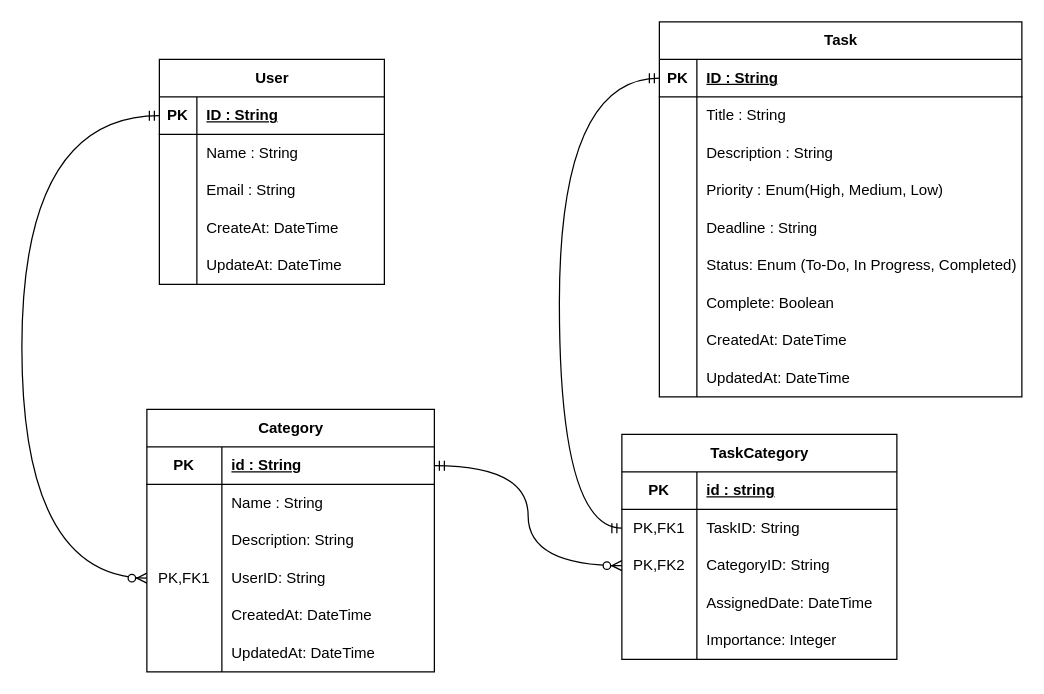
The draw.io diagram databaseDiagram/Untitled Diagram.drawio in parinya-ao/databaseMidtermProject, before the edit. Source tidied: cells renumbered, new cells numbered last; positions are measured from the earlier drawing's top-left corner, leaving out a move shared by most shapes. Both pictures are drawn from the tidied source at 125%, with x=0, y=0 at pixel (21, 21).
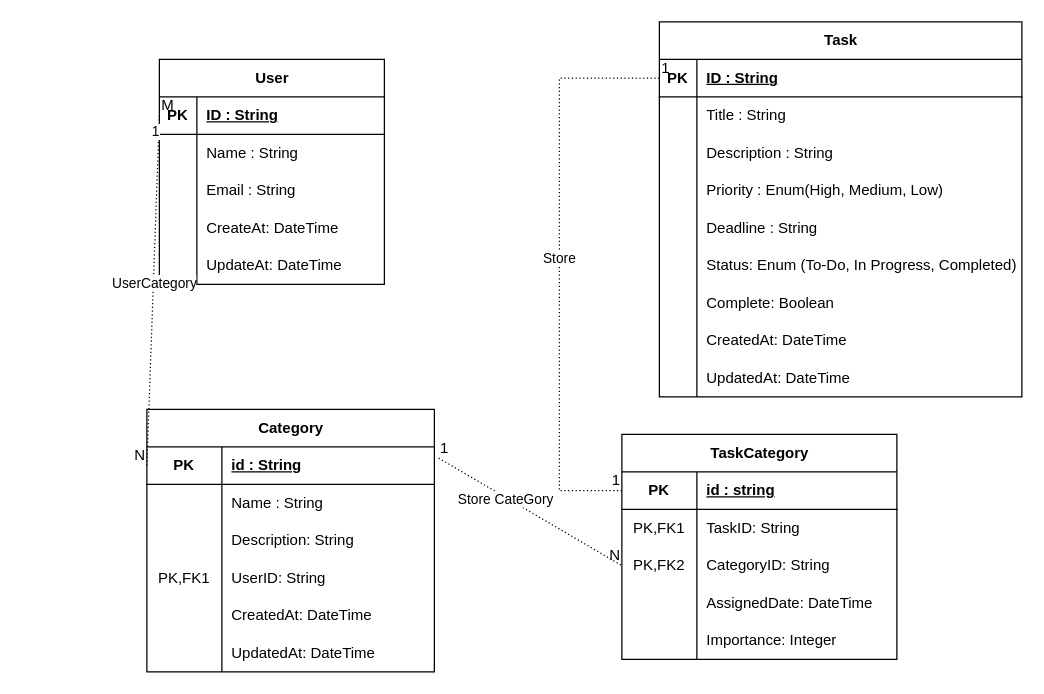
After the change.

The change refers to these unchanged cells:
```xml
<mxCell id="3" style="shape=tableRow;horizontal=0;startSize=0;swimlaneHead=0;swimlaneBody=0;fillColor=none;points=[[0,0.5],[1,0.5]];portConstraint=eastwest;top=0;left=0;right=0;bottom=1;" parent="2" vertex="1">
  <mxGeometry y="30" width="180" height="30" as="geometry" />
</mxCell>
<mxCell id="20" style="shape=tableRow;horizontal=0;startSize=0;swimlaneHead=0;swimlaneBody=0;fillColor=none;points=[[0,0.5],[1,0.5]];portConstraint=eastwest;top=0;left=0;right=0;bottom=1;" parent="19" vertex="1">
  <mxGeometry y="30" width="290" height="30" as="geometry" />
</mxCell>
<mxCell id="48" style="shape=tableRow;horizontal=0;startSize=0;swimlaneHead=0;swimlaneBody=0;fillColor=none;points=[[0,0.5],[1,0.5]];portConstraint=eastwest;top=0;left=0;right=0;bottom=1;" parent="47" vertex="1">
  <mxGeometry y="30" width="230" height="30" as="geometry" />
</mxCell>
<mxCell id="57" style="shape=tableRow;horizontal=0;startSize=0;swimlaneHead=0;swimlaneBody=0;fillColor=none;points=[[0,0.5],[1,0.5]];portConstraint=eastwest;top=0;left=0;right=0;bottom=0;" parent="47" vertex="1">
  <mxGeometry y="120" width="230" height="30" as="geometry" />
</mxCell>
<mxCell id="67" style="shape=tableRow;horizontal=0;startSize=0;swimlaneHead=0;swimlaneBody=0;fillColor=none;points=[[0,0.5],[1,0.5]];portConstraint=eastwest;top=0;left=0;right=0;bottom=1;" parent="66" vertex="1">
  <mxGeometry y="30" width="220" height="30" as="geometry" />
</mxCell>
<mxCell id="70" style="shape=tableRow;horizontal=0;startSize=0;swimlaneHead=0;swimlaneBody=0;fillColor=none;points=[[0,0.5],[1,0.5]];portConstraint=eastwest;top=0;left=0;right=0;bottom=0;" parent="66" vertex="1">
  <mxGeometry y="60" width="220" height="30" as="geometry" />
</mxCell>
<mxCell id="73" style="shape=tableRow;horizontal=0;startSize=0;swimlaneHead=0;swimlaneBody=0;fillColor=none;points=[[0,0.5],[1,0.5]];portConstraint=eastwest;top=0;left=0;right=0;bottom=0;" parent="66" vertex="1">
  <mxGeometry y="90" width="220" height="30" as="geometry" />
</mxCell>
```

What changed in the source:
```diff
@@
-    <mxCell id="82" style="edgeStyle=orthogonalEdgeStyle;fontSize=12;html=1;endArrow=ERzeroToMany;startArrow=ERmandOne;rounded=0;entryX=0;entryY=0.5;entryDx=0;entryDy=0;curved=1;exitX=0;exitY=0.5;exitDx=0;exitDy=0;" parent="1" edge="1" source="3" target="57">
-      <mxGeometry relative="1" as="geometry">
-        <Array as="points">
-          <mxPoint y="75" />
-          <mxPoint y="445" />
-        </Array>
-      </mxGeometry>
-    </mxCell>
+    <mxCell id="85" style="endArrow=none;html=1;rounded=0;dashed=1;dashPattern=1 2;exitX=0;exitY=0.5;exitDx=0;exitDy=0;entryX=0;entryY=0.5;entryDx=0;entryDy=0;" parent="1" edge="1" source="3" target="48">
+      <mxGeometry relative="1" as="geometry" />
+    </mxCell>
+    <mxCell id="86" value="M" style="html=1;whiteSpace=wrap;align=left;verticalAlign=bottom;" parent="85" vertex="1">
+      <mxGeometry x="-1" relative="1" as="geometry" />
+    </mxCell>
+    <mxCell id="87" value="N" style="html=1;whiteSpace=wrap;align=right;verticalAlign=bottom;" parent="85" vertex="1">
+      <mxGeometry x="1" relative="1" as="geometry" />
+    </mxCell>
+    <mxCell id="88" value="1" style="edgeLabel;html=1;align=center;verticalAlign=middle;" parent="85" vertex="1">
+      <mxGeometry x="-0.91" y="-3" relative="1" as="geometry" />
+    </mxCell>
+    <mxCell id="89" value="UserCategory" style="edgeLabel;html=1;align=center;verticalAlign=middle;" parent="85" vertex="1">
+      <mxGeometry x="-0.04" relative="1" as="geometry" />
+    </mxCell>
-    <mxCell id="83" style="edgeStyle=orthogonalEdgeStyle;fontSize=12;html=1;endArrow=ERzeroToMany;startArrow=ERmandOne;rounded=0;curved=1;exitX=1;exitY=0.5;exitDx=0;exitDy=0;entryX=0;entryY=0.5;entryDx=0;entryDy=0;" parent="1" edge="1" source="48" target="73">
+    <mxCell id="83" style="endArrow=none;html=1;rounded=0;dashed=1;dashPattern=1 2;exitX=1.015;exitY=0.3;exitDx=0;exitDy=0;exitPerimeter=0;entryX=0;entryY=0.5;entryDx=0;entryDy=0;" parent="1" edge="1" source="48" target="73">
       <mxGeometry relative="1" as="geometry" />
     </mxCell>
-    <mxCell id="84" style="edgeStyle=orthogonalEdgeStyle;fontSize=12;html=1;endArrow=ERmandOne;startArrow=ERmandOne;rounded=0;curved=1;entryX=0;entryY=0.5;entryDx=0;entryDy=0;exitX=0;exitY=0.5;exitDx=0;exitDy=0;" parent="1" edge="1" source="70" target="20">
-      <mxGeometry relative="1" as="geometry">
-        <Array as="points">
-          <mxPoint x="430" y="405" />
-          <mxPoint x="430" y="45" />
-        </Array>
-      </mxGeometry>
-    </mxCell>
+    <mxCell id="90" value="1" style="html=1;whiteSpace=wrap;align=left;verticalAlign=bottom;" parent="83" vertex="1">
+      <mxGeometry x="-1" relative="1" as="geometry" />
+    </mxCell>
+    <mxCell id="91" value="N" style="html=1;whiteSpace=wrap;align=right;verticalAlign=bottom;" parent="83" vertex="1">
+      <mxGeometry x="1" relative="1" as="geometry" />
+    </mxCell>
+    <mxCell id="92" value="Store CateGory" style="edgeLabel;html=1;align=center;verticalAlign=middle;" parent="83" vertex="1">
+      <mxGeometry x="-0.27" relative="1" as="geometry">
+        <mxPoint y="1" as="offset" />
+      </mxGeometry>
+    </mxCell>
+    <mxCell id="93" style="endArrow=none;html=1;rounded=0;dashed=1;dashPattern=1 2;exitX=0;exitY=0.5;exitDx=0;exitDy=0;entryX=0;entryY=0.5;entryDx=0;entryDy=0;" parent="1" edge="1" source="20" target="67">
+      <mxGeometry relative="1" as="geometry">
+        <Array as="points">
+          <mxPoint x="430" y="45" />
+          <mxPoint x="430" y="375" />
+        </Array>
+      </mxGeometry>
+    </mxCell>
+    <mxCell id="94" value="1" style="html=1;whiteSpace=wrap;align=left;verticalAlign=bottom;" parent="93" vertex="1">
+      <mxGeometry x="-1" relative="1" as="geometry" />
+    </mxCell>
+    <mxCell id="95" value="1" style="html=1;whiteSpace=wrap;align=right;verticalAlign=bottom;" parent="93" vertex="1">
+      <mxGeometry x="1" relative="1" as="geometry" />
+    </mxCell>
+    <mxCell id="96" value="Store" style="edgeLabel;html=1;align=center;verticalAlign=middle;" parent="93" vertex="1">
+      <mxGeometry x="-0.03" y="-1" relative="1" as="geometry" />
+    </mxCell>
```
